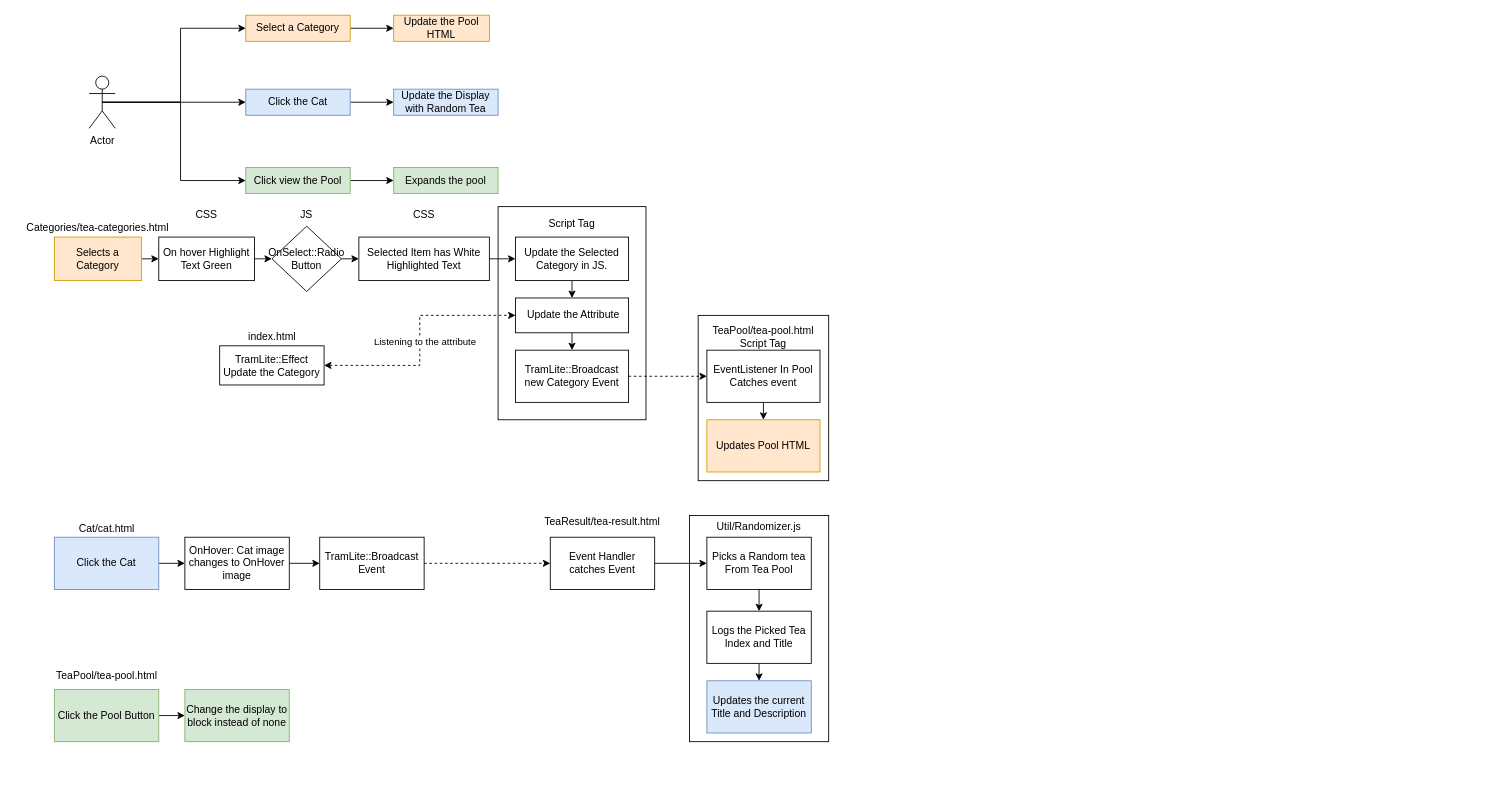
Peter-Kang/HappyEarthTeaPicker keeps this draw.io diagram as v5TramliteTeapicker.drawio. Above is the earlier version. Source tidied: cells renumbered, new cells numbered last; positions are measured from the earlier drawing's top-left corner, leaving out a move shared by most shapes. Both pictures are drawn from the tidied source at 87%, with x=0, y=0 at pixel (19, 15).
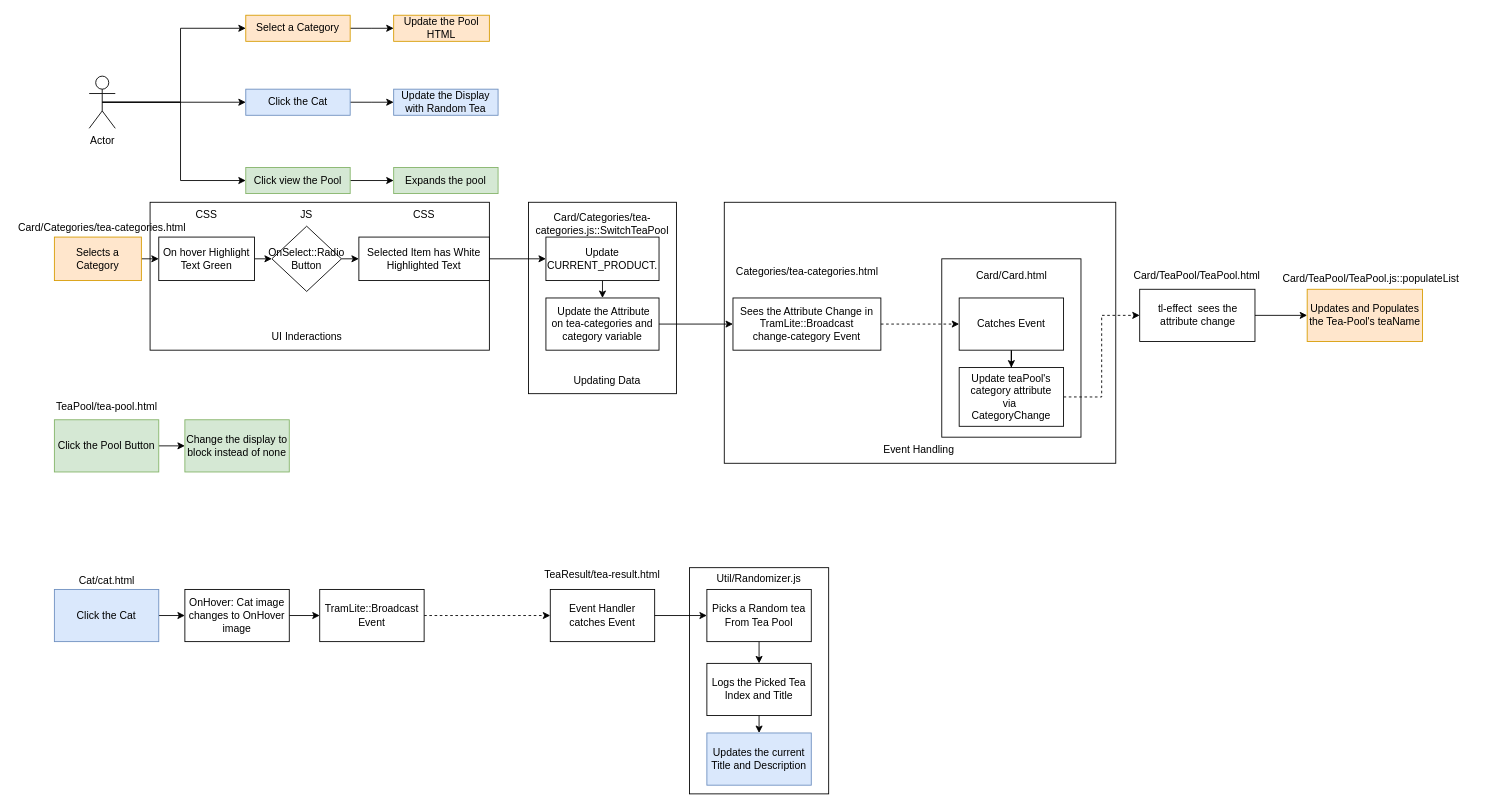
Above is the later version.

The edit, as a diff of the source:
```diff
@@
-    <mxCell id="2" style="rounded=0;whiteSpace=wrap;html=1;" parent="1" vertex="1">
-      <mxGeometry x="780" y="345" width="150" height="190" as="geometry" />
-    </mxCell>
+    <mxCell id="66" style="rounded=0;whiteSpace=wrap;html=1;" parent="1" vertex="1">
+      <mxGeometry x="810" y="215" width="450" height="300" as="geometry" />
+    </mxCell>
+    <mxCell id="67" style="rounded=0;whiteSpace=wrap;html=1;" parent="1" vertex="1">
+      <mxGeometry x="150" y="215" width="390" height="170" as="geometry" />
+    </mxCell>
+    <mxCell id="68" style="whiteSpace=wrap;html=1;" parent="1" vertex="1">
+      <mxGeometry x="1060" y="280" width="160" height="205" as="geometry" />
+    </mxCell>
@@
-    <mxCell id="23" style="edgeStyle=orthogonalEdgeStyle;rounded=0;jettySize=auto;html=1;exitX=0.5;exitY=1;exitDx=0;exitDy=0;entryX=0.5;entryY=0;entryDx=0;entryDy=0;" parent="1" edge="1" source="24" target="25">
-      <mxGeometry relative="1" as="geometry" />
-    </mxCell>
-    <mxCell id="24" value="EventListener In Pool Catches event" style="rounded=0;whiteSpace=wrap;html=1;" parent="1" vertex="1">
-      <mxGeometry x="790" y="385" width="130" height="60" as="geometry" />
-    </mxCell>
-    <mxCell id="25" value="Updates Pool HTML" style="whiteSpace=wrap;html=1;fillColor=#ffe6cc;strokeColor=#d79b00;" parent="1" vertex="1">
-      <mxGeometry x="790" y="465" width="130" height="60" as="geometry" />
-    </mxCell>
@@
-    <mxCell id="27" value="Categories/tea-categories.html" style="text;html=1;strokeColor=none;fillColor=none;align=center;verticalAlign=middle;whiteSpace=wrap;rounded=0;" parent="1" vertex="1">
-      <mxGeometry y="235" width="180" height="20" as="geometry" />
+    <mxCell id="27" value="Card/Categories/tea-categories.html" style="text;html=1;strokeColor=none;fillColor=none;align=center;verticalAlign=middle;whiteSpace=wrap;rounded=0;" parent="1" vertex="1">
+      <mxGeometry x="-5" y="235" width="200" height="20" as="geometry" />
     </mxCell>
@@
-    <mxCell id="30" value="TeaPool/tea-pool.html&lt;br&gt;Script Tag" style="text;html=1;strokeColor=none;fillColor=none;align=center;verticalAlign=middle;whiteSpace=wrap;rounded=0;" parent="1" vertex="1">
-      <mxGeometry x="790" y="355" width="130" height="30" as="geometry" />
-    </mxCell>
@@
     <mxCell id="32" value="Click the Cat" style="rounded=0;whiteSpace=wrap;html=1;fillColor=#dae8fc;strokeColor=#6c8ebf;" parent="1" vertex="1">
-      <mxGeometry x="40" y="600" width="120" height="60" as="geometry" />
+      <mxGeometry x="40" y="660" width="120" height="60" as="geometry" />
     </mxCell>
@@
     <mxCell id="34" value="OnHover: Cat image changes to OnHover image" style="rounded=0;whiteSpace=wrap;html=1;" parent="1" vertex="1">
-      <mxGeometry x="190" y="600" width="120" height="60" as="geometry" />
+      <mxGeometry x="190" y="660" width="120" height="60" as="geometry" />
     </mxCell>
@@
     <mxCell id="36" value="TramLite::Broadcast Event" style="rounded=0;whiteSpace=wrap;html=1;" parent="1" vertex="1">
-      <mxGeometry x="345" y="600" width="120" height="60" as="geometry" />
+      <mxGeometry x="345" y="660" width="120" height="60" as="geometry" />
     </mxCell>
     <mxCell id="37" value="Event Handler catches Event" style="rounded=0;whiteSpace=wrap;html=1;" parent="1" vertex="1">
-      <mxGeometry x="610" y="600" width="120" height="60" as="geometry" />
+      <mxGeometry x="610" y="660" width="120" height="60" as="geometry" />
     </mxCell>
     <mxCell id="38" style="rounded=0;whiteSpace=wrap;html=1;align=center;" parent="1" vertex="1">
-      <mxGeometry x="770" y="575" width="160" height="260" as="geometry" />
+      <mxGeometry x="770" y="635" width="160" height="260" as="geometry" />
     </mxCell>
@@
     <mxCell id="40" value="TeaResult/tea-result.html" style="text;html=1;strokeColor=none;fillColor=none;align=center;verticalAlign=middle;whiteSpace=wrap;rounded=0;" parent="1" vertex="1">
-      <mxGeometry x="600" y="565" width="140" height="35" as="geometry" />
+      <mxGeometry x="600" y="625" width="140" height="35" as="geometry" />
     </mxCell>
     <mxCell id="41" style="rounded=0;whiteSpace=wrap;html=1;" parent="1" vertex="1">
-      <mxGeometry x="550" y="220" width="170" height="245" as="geometry" />
+      <mxGeometry x="585" y="215" width="170" height="220" as="geometry" />
     </mxCell>
@@
     <mxCell id="43" value="Picks a Random tea From Tea Pool" style="rounded=0;whiteSpace=wrap;html=1;" parent="1" vertex="1">
-      <mxGeometry x="790" y="600" width="120" height="60" as="geometry" />
+      <mxGeometry x="790" y="660" width="120" height="60" as="geometry" />
     </mxCell>
     <mxCell id="44" value="Util/Randomizer.js" style="text;html=1;strokeColor=none;fillColor=none;align=center;verticalAlign=middle;whiteSpace=wrap;rounded=0;" parent="1" vertex="1">
-      <mxGeometry x="800" y="575" width="100" height="25" as="geometry" />
+      <mxGeometry x="800" y="635" width="100" height="25" as="geometry" />
     </mxCell>
@@
     <mxCell id="46" value="Logs the Picked Tea Index and Title" style="rounded=0;whiteSpace=wrap;html=1;" parent="1" vertex="1">
-      <mxGeometry x="790" y="685" width="120" height="60" as="geometry" />
+      <mxGeometry x="790" y="745" width="120" height="60" as="geometry" />
     </mxCell>
     <mxCell id="47" value="Updates the current Title and Description" style="rounded=0;whiteSpace=wrap;html=1;fillColor=#dae8fc;strokeColor=#6c8ebf;" parent="1" vertex="1">
-      <mxGeometry x="790" y="765" width="120" height="60" as="geometry" />
+      <mxGeometry x="790" y="825" width="120" height="60" as="geometry" />
     </mxCell>
     <mxCell id="48" value="Cat/cat.html" style="text;html=1;align=center;verticalAlign=middle;strokeColor=none;fillColor=none;" parent="1" vertex="1">
-      <mxGeometry x="55" y="575" width="90" height="30" as="geometry" />
+      <mxGeometry x="55" y="635" width="90" height="30" as="geometry" />
     </mxCell>
@@
-    <mxCell id="50" value="Update the Selected Category in JS." style="rounded=0;whiteSpace=wrap;html=1;" parent="1" vertex="1">
-      <mxGeometry x="570" y="255" width="130" height="50" as="geometry" />
+    <mxCell id="50" value="Update CURRENT_PRODUCT." style="rounded=0;whiteSpace=wrap;html=1;" parent="1" vertex="1">
+      <mxGeometry x="605" y="255" width="130" height="50" as="geometry" />
     </mxCell>
+    <mxCell id="52" style="edgeStyle=orthogonalEdgeStyle;rounded=0;jettySize=auto;html=1;exitX=0;exitY=0.5;exitDx=0;exitDy=0;entryX=1;entryY=0.5;entryDx=0;entryDy=0;strokeColor=none;startArrow=classic;startFill=1;" parent="1" edge="1" source="53">
+      <mxGeometry relative="1" as="geometry">
+        <mxPoint x="350" y="402.5" as="targetPoint" />
+      </mxGeometry>
+    </mxCell>
-    <mxCell id="51" style="edgeStyle=orthogonalEdgeStyle;rounded=0;jettySize=auto;html=1;exitX=0.5;exitY=1;exitDx=0;exitDy=0;entryX=0.5;entryY=0;entryDx=0;entryDy=0;" parent="1" edge="1" source="53" target="54">
+    <mxCell id="51" style="edgeStyle=orthogonalEdgeStyle;rounded=0;jettySize=auto;html=1;exitX=1;exitY=0.5;exitDx=0;exitDy=0;entryX=0;entryY=0.5;entryDx=0;entryDy=0;" parent="1" edge="1" source="53" target="54">
       <mxGeometry relative="1" as="geometry" />
     </mxCell>
-    <mxCell id="52" style="edgeStyle=orthogonalEdgeStyle;rounded=0;jettySize=auto;html=1;exitX=0;exitY=0.5;exitDx=0;exitDy=0;entryX=1;entryY=0.5;entryDx=0;entryDy=0;strokeColor=none;startArrow=classic;startFill=1;" parent="1" edge="1" source="53" target="60">
-      <mxGeometry relative="1" as="geometry" />
-    </mxCell>
-    <mxCell id="53" value="&amp;nbsp;Update the Attribute" style="rounded=0;whiteSpace=wrap;html=1;" parent="1" vertex="1">
-      <mxGeometry x="570" y="325" width="130" height="40" as="geometry" />
+    <mxCell id="53" value="&amp;nbsp;Update the Attribute&lt;br&gt;on tea-categories and&lt;br&gt;category variable" style="rounded=0;whiteSpace=wrap;html=1;" parent="1" vertex="1">
+      <mxGeometry x="605" y="325" width="130" height="60" as="geometry" />
     </mxCell>
-    <mxCell id="54" value="TramLite::Broadcast new Category Event" style="rounded=0;whiteSpace=wrap;html=1;" parent="1" vertex="1">
-      <mxGeometry x="570" y="385" width="130" height="60" as="geometry" />
+    <mxCell id="54" value="Sees the Attribute Change in&lt;br&gt;TramLite::Broadcast &lt;br&gt;change-category Event" style="rounded=0;whiteSpace=wrap;html=1;" parent="1" vertex="1">
+      <mxGeometry x="820" y="325" width="170" height="60" as="geometry" />
     </mxCell>
-    <mxCell id="55" value="Script Tag" style="text;html=1;strokeColor=none;fillColor=none;align=center;verticalAlign=middle;whiteSpace=wrap;rounded=0;" parent="1" vertex="1">
-      <mxGeometry x="605" y="225" width="60" height="30" as="geometry" />
+    <mxCell id="55" value="Card/Categories/tea-categories.js::SwitchTeaPool" style="text;html=1;strokeColor=none;fillColor=none;align=center;verticalAlign=middle;whiteSpace=wrap;rounded=0;" parent="1" vertex="1">
+      <mxGeometry x="585" y="225" width="170" height="30" as="geometry" />
     </mxCell>
-    <mxCell id="56" style="edgeStyle=orthogonalEdgeStyle;rounded=0;jettySize=auto;html=1;exitX=1;exitY=0.5;exitDx=0;exitDy=0;entryX=0;entryY=0.5;entryDx=0;entryDy=0;dashed=1;" parent="1" edge="1" source="54" target="24">
+    <mxCell id="56" style="edgeStyle=orthogonalEdgeStyle;rounded=0;jettySize=auto;html=1;exitX=1;exitY=0.5;exitDx=0;exitDy=0;dashed=1;entryX=0;entryY=0.5;entryDx=0;entryDy=0;" parent="1" edge="1" source="54" target="71">
       <mxGeometry relative="1" as="geometry" />
     </mxCell>
@@
-    <mxCell id="58" style="edgeStyle=orthogonalEdgeStyle;rounded=0;jettySize=auto;html=1;exitX=1;exitY=0.5;exitDx=0;exitDy=0;entryX=0;entryY=0.5;entryDx=0;entryDy=0;startArrow=classic;startFill=1;dashed=1;" parent="1" edge="1" source="60" target="53">
-      <mxGeometry relative="1" as="geometry" />
-    </mxCell>
-    <mxCell id="59" value="Listening to the attribute" style="edgeLabel;html=1;align=center;verticalAlign=middle;" parent="58" vertex="1">
-      <mxGeometry x="-0.2" y="4" relative="1" as="geometry">
-        <mxPoint x="9" y="-26" as="offset" />
-      </mxGeometry>
-    </mxCell>
-    <mxCell id="60" value="TramLite::Effect Update the Category" style="rounded=0;whiteSpace=wrap;html=1;" parent="1" vertex="1">
-      <mxGeometry x="230" y="380" width="120" height="45" as="geometry" />
-    </mxCell>
-    <mxCell id="61" value="index.html" style="text;html=1;align=center;verticalAlign=middle;strokeColor=none;fillColor=none;" parent="1" vertex="1">
-      <mxGeometry x="250" y="355" width="80" height="30" as="geometry" />
-    </mxCell>
@@
     <mxCell id="63" value="Click the Pool Button" style="rounded=0;whiteSpace=wrap;html=1;fillColor=#d5e8d4;strokeColor=#82b366;" parent="1" vertex="1">
-      <mxGeometry x="40" y="775" width="120" height="60" as="geometry" />
+      <mxGeometry x="40" y="465" width="120" height="60" as="geometry" />
     </mxCell>
     <mxCell id="64" value="Change the display to block instead of none" style="rounded=0;whiteSpace=wrap;html=1;fillColor=#d5e8d4;strokeColor=#82b366;" parent="1" vertex="1">
-      <mxGeometry x="190" y="775" width="120" height="60" as="geometry" />
+      <mxGeometry x="190" y="465" width="120" height="60" as="geometry" />
     </mxCell>
     <mxCell id="65" value="TeaPool/tea-pool.html" style="text;html=1;align=center;verticalAlign=middle;strokeColor=none;fillColor=none;" parent="1" vertex="1">
-      <mxGeometry x="30" y="745" width="140" height="30" as="geometry" />
+      <mxGeometry x="30" y="435" width="140" height="30" as="geometry" />
     </mxCell>
+    <mxCell id="69" value="Categories/tea-categories.html" style="text;html=1;align=center;verticalAlign=middle;strokeColor=none;fillColor=none;" parent="1" vertex="1">
+      <mxGeometry x="810" y="280" width="190" height="30" as="geometry" />
+    </mxCell>
+    <mxCell id="70" style="edgeStyle=orthogonalEdgeStyle;rounded=0;jettySize=auto;html=1;exitX=0.5;exitY=1;exitDx=0;exitDy=0;" parent="1" edge="1" source="71" target="74">
+      <mxGeometry relative="1" as="geometry" />
+    </mxCell>
+    <mxCell id="71" value="Catches Event" style="rounded=0;whiteSpace=wrap;html=1;" parent="1" vertex="1">
+      <mxGeometry x="1080" y="325" width="120" height="60" as="geometry" />
+    </mxCell>
+    <mxCell id="72" value="Card/Card.html" style="text;html=1;align=center;verticalAlign=middle;strokeColor=none;fillColor=none;" parent="1" vertex="1">
+      <mxGeometry x="1090" y="285" width="100" height="30" as="geometry" />
+    </mxCell>
+    <mxCell id="73" style="edgeStyle=orthogonalEdgeStyle;rounded=0;jettySize=auto;html=1;exitX=1;exitY=0.5;exitDx=0;exitDy=0;entryX=0;entryY=0.5;entryDx=0;entryDy=0;dashed=1;" parent="1" edge="1" source="74" target="76">
+      <mxGeometry relative="1" as="geometry" />
+    </mxCell>
+    <mxCell id="74" value="Update teaPool's category attribute&lt;br&gt;via&amp;nbsp;&lt;br&gt;CategoryChange" style="whiteSpace=wrap;html=1;" parent="1" vertex="1">
+      <mxGeometry x="1080" y="405" width="120" height="67.5" as="geometry" />
+    </mxCell>
+    <mxCell id="75" style="edgeStyle=orthogonalEdgeStyle;rounded=0;jettySize=auto;html=1;exitX=1;exitY=0.5;exitDx=0;exitDy=0;entryX=0;entryY=0.5;entryDx=0;entryDy=0;" parent="1" edge="1" source="76" target="78">
+      <mxGeometry relative="1" as="geometry" />
+    </mxCell>
+    <mxCell id="76" value="tl-effect&amp;nbsp; sees the attribute change" style="whiteSpace=wrap;html=1;" parent="1" vertex="1">
+      <mxGeometry x="1287.5" y="315" width="132.5" height="60" as="geometry" />
+    </mxCell>
+    <mxCell id="77" value="Card/TeaPool/TeaPool.html" style="text;html=1;align=center;verticalAlign=middle;strokeColor=none;fillColor=none;" parent="1" vertex="1">
+      <mxGeometry x="1267.5" y="285" width="170" height="30" as="geometry" />
+    </mxCell>
+    <mxCell id="78" value="Updates and Populates the Tea-Pool's teaName" style="whiteSpace=wrap;html=1;fillColor=#ffe6cc;strokeColor=#d79b00;" parent="1" vertex="1">
+      <mxGeometry x="1480" y="315" width="132.5" height="60" as="geometry" />
+    </mxCell>
+    <mxCell id="79" value="Card/TeaPool/TeaPool.js::populateList" style="text;html=1;align=center;verticalAlign=middle;strokeColor=none;fillColor=none;" parent="1" vertex="1">
+      <mxGeometry x="1437.5" y="287.5" width="230" height="30" as="geometry" />
+    </mxCell>
+    <mxCell id="80" value="UI Inderactions" style="text;html=1;align=center;verticalAlign=middle;strokeColor=none;fillColor=none;" parent="1" vertex="1">
+      <mxGeometry x="280" y="355" width="100" height="30" as="geometry" />
+    </mxCell>
+    <mxCell id="81" value="Updating Data" style="text;html=1;align=center;verticalAlign=middle;strokeColor=none;fillColor=none;" parent="1" vertex="1">
+      <mxGeometry x="625" y="405" width="100" height="30" as="geometry" />
+    </mxCell>
+    <mxCell id="82" value="Event Handling&amp;nbsp;" style="text;html=1;align=center;verticalAlign=middle;strokeColor=none;fillColor=none;" parent="1" vertex="1">
+      <mxGeometry x="980" y="485" width="110" height="30" as="geometry" />
+    </mxCell>
```
